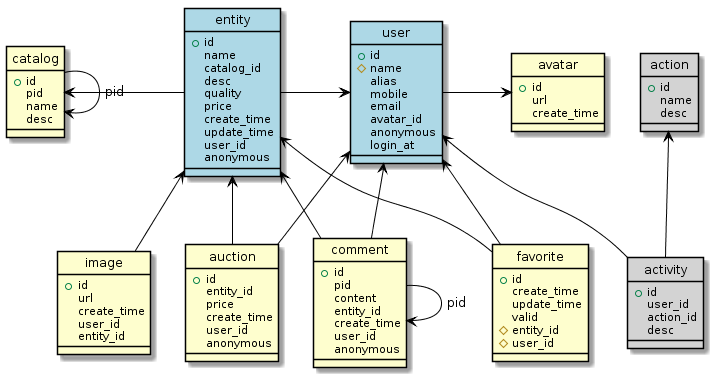
The PlantUML diagram private/db/flea-model3.png in neo-nie/flea-market, before a commit. Its diagram source:
```plantuml
@startuml
skinparam classArrowColor Black
skinparam classBorderColor Black
skinparam stereotypeCBackgroundColor Gray
hide circle

class user #LightBlue {
    +id
    #name
    alias
    mobile
    email
    avatar_id
    anonymous
    login_at
}

class avatar {
    +id
    url
    create_time
}

class catalog {
    +id
    pid
    name
    desc
}

class entity #LightBlue {
    +id
    name
    catalog_id
    desc
    quality
    price
    create_time
    update_time
    user_id
    anonymous
}

class favorite {
    +id
    create_time
    update_time
    valid
    #entity_id
    #user_id
}

class comment {
    +id
    pid
    content
    entity_id
    create_time
    user_id
    anonymous
}

class auction {
    +id
    entity_id
    price
    create_time
    user_id
    anonymous
}

class image {
    +id
    url
    create_time
    user_id
    entity_id
}

class action #LightGray {
    +id
    name
    desc
}

class activity #LightGray {
    +id
    user_id
    action_id
    desc
}

user -r-> avatar
entity -l-> catalog
entity -r-> user
catalog --> catalog : pid

image -u-> entity
favorite -u-> user
favorite -u-> entity

comment -u-> user
comment -u-> entity
comment --> comment : pid

auction -u-> user
auction -u-> entity

activity -u-> action
activity -u-> user
@enduml
```
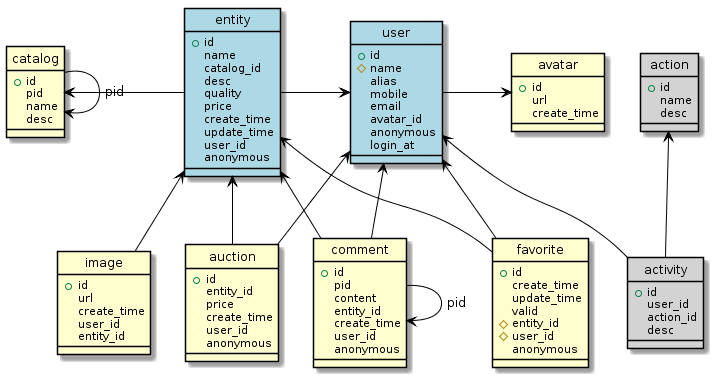
The same file after the commit.

Change to the diagram source:
```diff
@@ -48,6 +48,7 @@
     valid
     #entity_id
     #user_id
+    anonymous
 }
 
 class comment {
```
